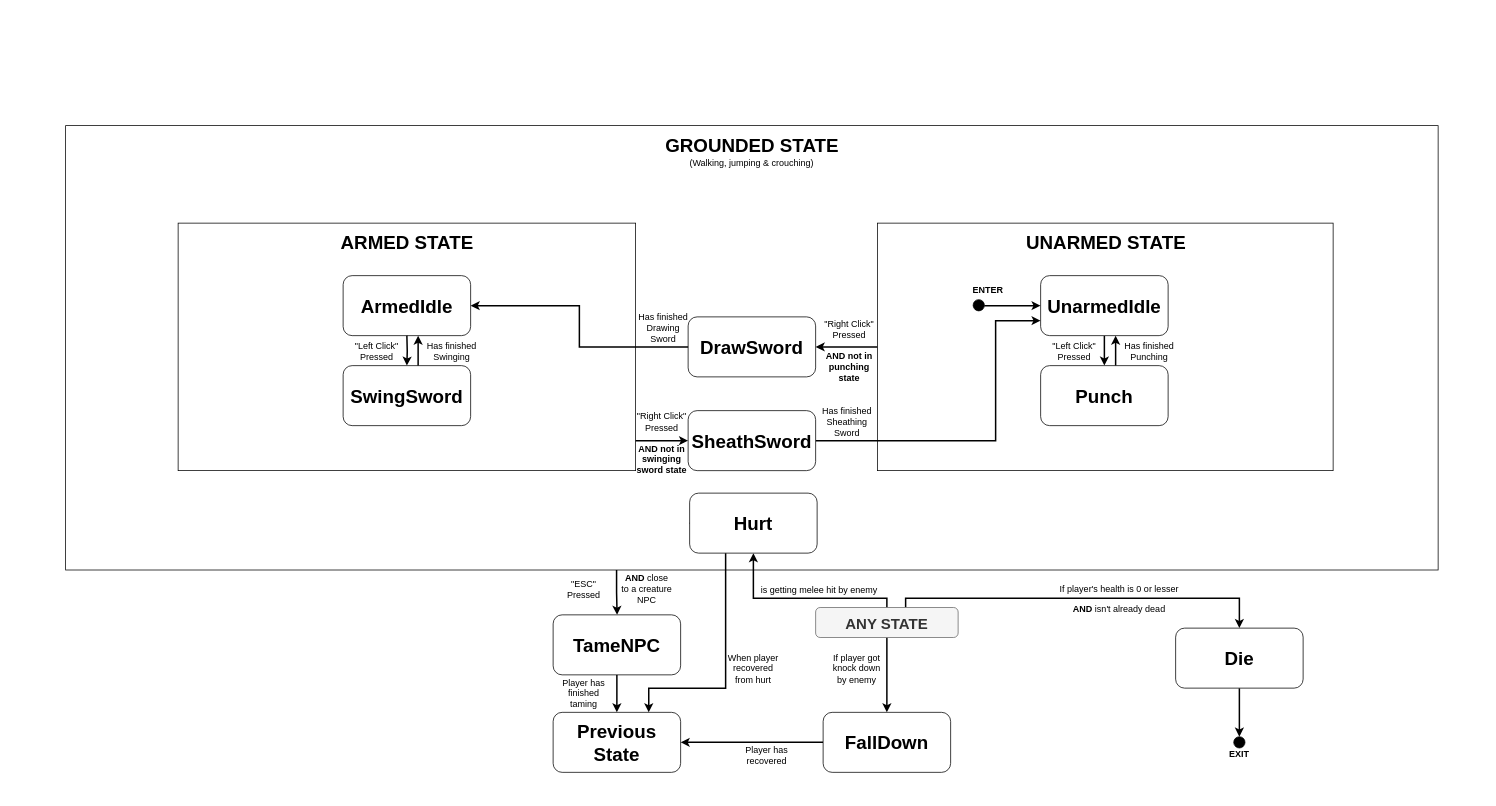
This is page "Page-2" (1 of 2) of player_fsm.drawio from Aster0/GMAI_Project, a draw.io file, before an edit. Source tidied: cells renumbered, new cells numbered last; positions are measured from the earlier drawing's top-left corner, leaving out a move shared by most shapes. Both pictures are drawn from the tidied source at 75%, with x=0, y=0 at pixel (13, 13).
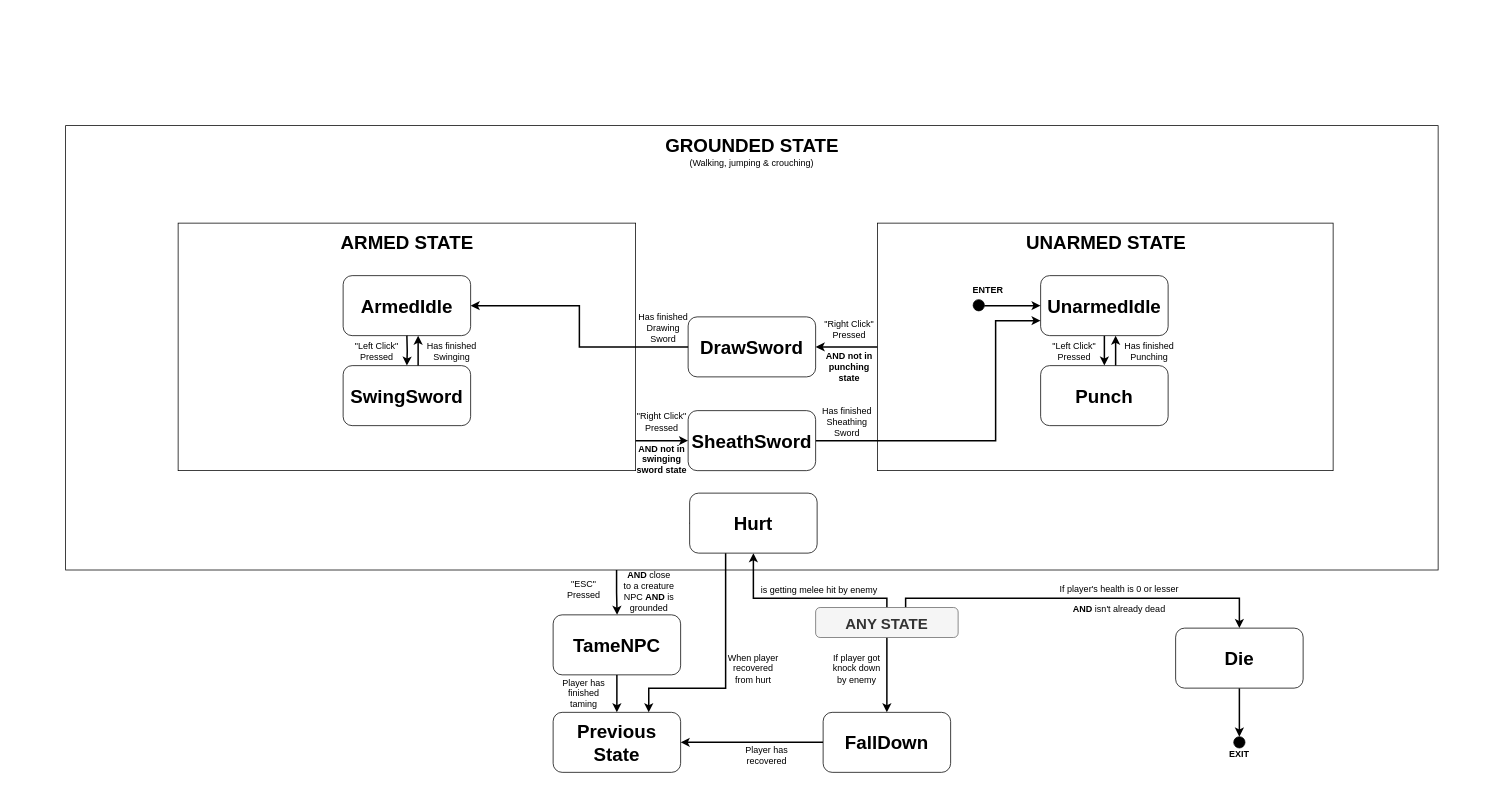
Above is the later version.

Diff of the diagram source:
```diff
@@
-    <mxCell id="40" value="&lt;b&gt;AND &lt;/b&gt;close to a creature NPC" style="text;html=1;strokeColor=none;fillColor=none;align=center;verticalAlign=middle;whiteSpace=wrap;rounded=0;fontSize=12;" parent="1" vertex="1">
-      <mxGeometry x="810" y="742.5" width="70" height="50" as="geometry" />
+    <mxCell id="40" value="&lt;b&gt;AND &lt;/b&gt;close to a creature NPC &lt;b&gt;AND &lt;/b&gt;is grounded" style="text;html=1;strokeColor=none;fillColor=none;align=center;verticalAlign=middle;whiteSpace=wrap;rounded=0;fontSize=12;" parent="1" vertex="1">
+      <mxGeometry x="813" y="746" width="70" height="50" as="geometry" />
     </mxCell>
```
